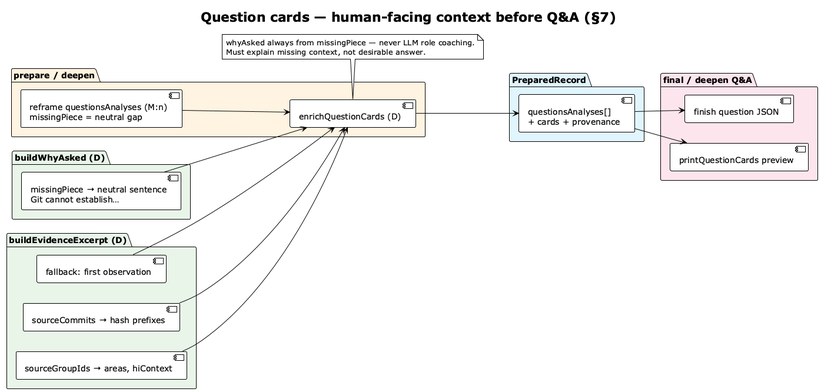
Earlier version of the PlantUML export img/question-cards.png (vzakharchenko/dev-workgraph). Source of this version:
```plantuml
@startuml question-cards
!theme plain
skinparam shadowing false

title Question cards — human-facing context before Q&A (§7)

left to right direction

package "**prepare / deepen**" #FFF3E0 {
  component "reframe questionsAnalyses (M:n)\nmissingPiece = neutral gap" as REF
  component "enrichQuestionCards (D)" as ENR
}

package "**buildWhyAsked (D)**" #E8F5E9 {
  component "missingPiece → neutral sentence\nGit cannot establish…" as WHY
}

package "**buildEvidenceExcerpt (D)**" #E8F5E9 {
  component "sourceGroupIds → areas, hiContext" as B1
  component "sourceCommits → hash prefixes" as B2
  component "fallback: first observation" as B3
}

package "**PreparedRecord**" #E1F5FE {
  component "questionsAnalyses[]\n+ cards + provenance" as PREPREC
}

package "**final / deepen Q&A**" #FCE4EC {
  component "printQuestionCards preview" as PREVIEW
  component "finish question JSON" as FINQ
}

REF --> ENR
WHY --> ENR
B1 --> ENR
B2 --> ENR
B3 --> ENR
ENR --> PREPREC
PREPREC --> PREVIEW
PREPREC --> FINQ

note bottom of ENR
  whyAsked always from missingPiece — never LLM role coaching.
  Must explain missing context, not desirable answer.
end note

@enduml
```
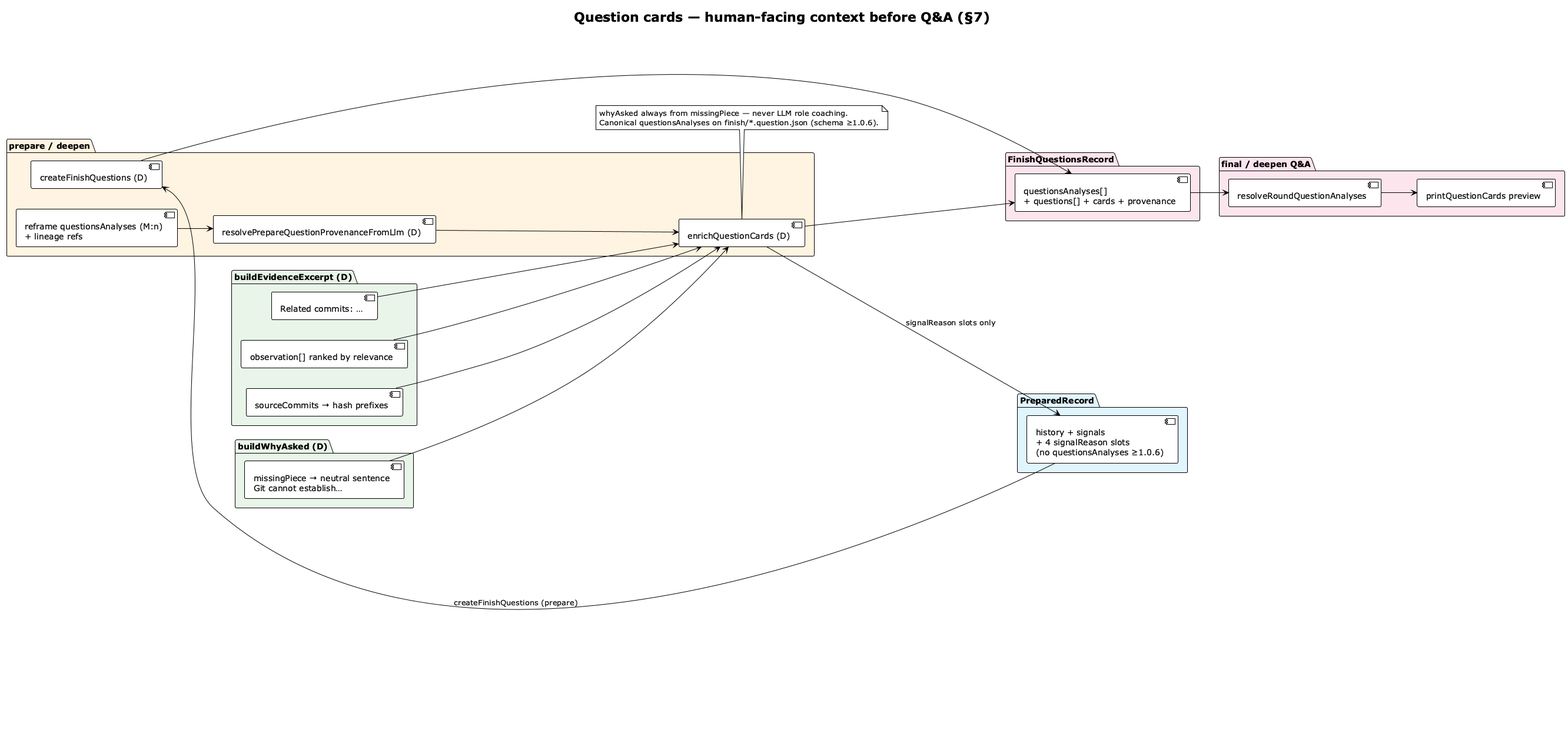
Later version of the same file.

What changed in the source:
```diff
@@ -7,8 +7,10 @@
 left to right direction
 
 package "**prepare / deepen**" #FFF3E0 {
-  component "reframe questionsAnalyses (M:n)\nmissingPiece = neutral gap" as REF
-  component "enrichQuestionCards (D)" as ENR
+  component "reframe questionsAnalyses (M:n)\n+ lineage refs" as REF
+  component "resolvePrepareQuestionProvenanceFromLlm (D)" as PP
+  component "enrichQuestionCards (D)" as QC
+  component "createFinishQuestions (D)" as WFQ
 }
 
 package "**buildWhyAsked (D)**" #E8F5E9 {
@@ -16,32 +18,40 @@
 }
 
 package "**buildEvidenceExcerpt (D)**" #E8F5E9 {
-  component "sourceGroupIds → areas, hiContext" as B1
+  component "observation[] ranked by relevance" as B1
   component "sourceCommits → hash prefixes" as B2
-  component "fallback: first observation" as B3
+  component "Related commits: …" as B3
+}
+
+package "**FinishQuestionsRecord**" #FCE4EC {
+  component "questionsAnalyses[]\n+ questions[] + cards + provenance" as FINREC
 }
 
 package "**PreparedRecord**" #E1F5FE {
-  component "questionsAnalyses[]\n+ cards + provenance" as PREPREC
+  component "history + signals\n+ 4 signalReason slots\n(no questionsAnalyses ≥1.0.6)" as PREPREC
 }
 
 package "**final / deepen Q&A**" #FCE4EC {
+  component "resolveRoundQuestionAnalyses" as LOAD
   component "printQuestionCards preview" as PREVIEW
-  component "finish question JSON" as FINQ
 }
 
-REF --> ENR
-WHY --> ENR
-B1 --> ENR
-B2 --> ENR
-B3 --> ENR
-ENR --> PREPREC
-PREPREC --> PREVIEW
-PREPREC --> FINQ
+REF --> PP
+PP --> QC
+WHY --> QC
+B1 --> QC
+B2 --> QC
+B3 --> QC
+QC --> FINREC
+QC --> PREPREC : signalReason slots only
+PREPREC --> WFQ : createFinishQuestions (prepare)
+WFQ --> FINREC
+FINREC --> LOAD
+LOAD --> PREVIEW
 
-note bottom of ENR
+note bottom of QC
   whyAsked always from missingPiece — never LLM role coaching.
-  Must explain missing context, not desirable answer.
+  Canonical questionsAnalyses on finish/*.question.json (schema ≥1.0.6).
 end note
 
 @enduml
```
